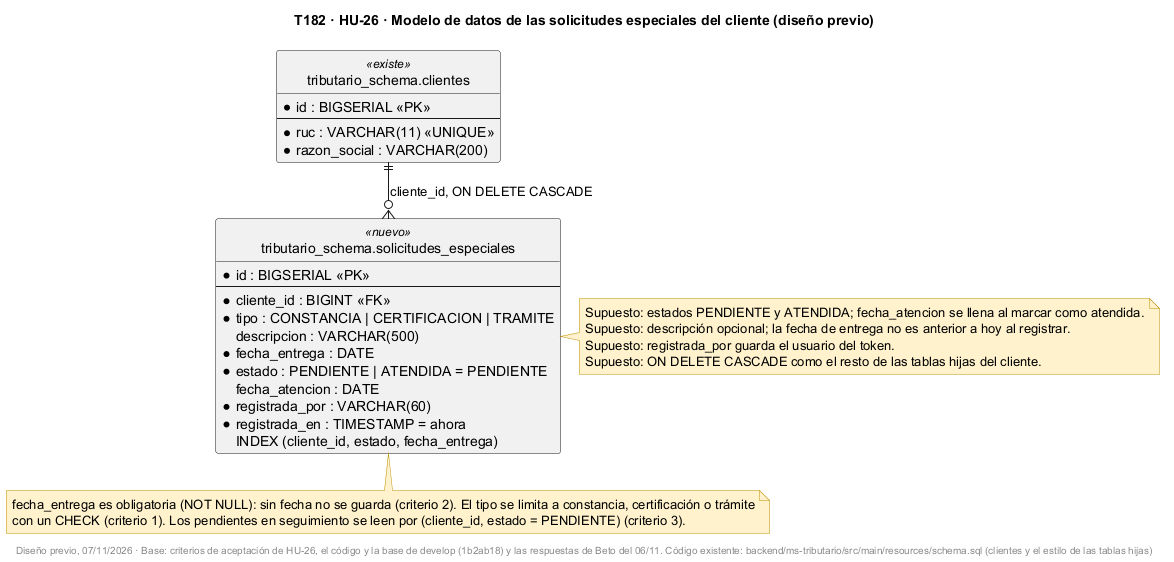
Above: docs/uml/img/T182-HU26-er-solicitudes-especiales.png in fabianrodriguez33/plus-contable (PlantUML), before the change. Its diagram source:
```plantuml
@startuml
!pragma layout smetana
title T182 · HU-26 · Modelo de datos de las solicitudes especiales del cliente (diseño previo)
skinparam shadowing false
skinparam noteBackgroundColor #FFF2CC
skinparam noteBorderColor #BF9000
hide circle

entity "tributario_schema.clientes" as clientes <<existe>> {
  * id : BIGSERIAL <<PK>>
  --
  * ruc : VARCHAR(11) <<UNIQUE>>
  * razon_social : VARCHAR(200)
}
entity "tributario_schema.solicitudes_especiales" as sol <<nuevo>> {
  * id : BIGSERIAL <<PK>>
  --
  * cliente_id : BIGINT <<FK>>
  * tipo : CONSTANCIA | CERTIFICACION | TRAMITE
    descripcion : VARCHAR(500)
  * fecha_entrega : DATE
  * estado : PENDIENTE | ATENDIDA = PENDIENTE
    fecha_atencion : DATE
  * registrada_por : VARCHAR(60)
  * registrada_en : TIMESTAMP = ahora
  INDEX (cliente_id, estado, fecha_entrega)
}

clientes ||--o{ sol : cliente_id, ON DELETE CASCADE

note bottom of sol
  fecha_entrega es obligatoria (NOT NULL): sin fecha no se guarda (criterio 2). El tipo se limita a constancia, certificación o trámite
  con un CHECK (criterio 1). Los pendientes en seguimiento se leen por (cliente_id, estado = PENDIENTE) (criterio 3).
end note
note right of sol
  Supuesto: estados PENDIENTE y ATENDIDA; fecha_atencion se llena al marcar como atendida.
  Supuesto: descripción opcional; la fecha de entrega no es anterior a hoy al registrar.
  Supuesto: registrada_por guarda el usuario del token.
  Supuesto: ON DELETE CASCADE como el resto de las tablas hijas del cliente.
end note
footer Diseño previo, 07/11/2026 · Base: criterios de aceptación de HU-26, el código y la base de develop (1b2ab18) y las respuestas de Beto del 06/11. Código existente: backend/ms-tributario/src/main/resources/schema.sql (clientes y el estilo de las tablas hijas)
@enduml
```
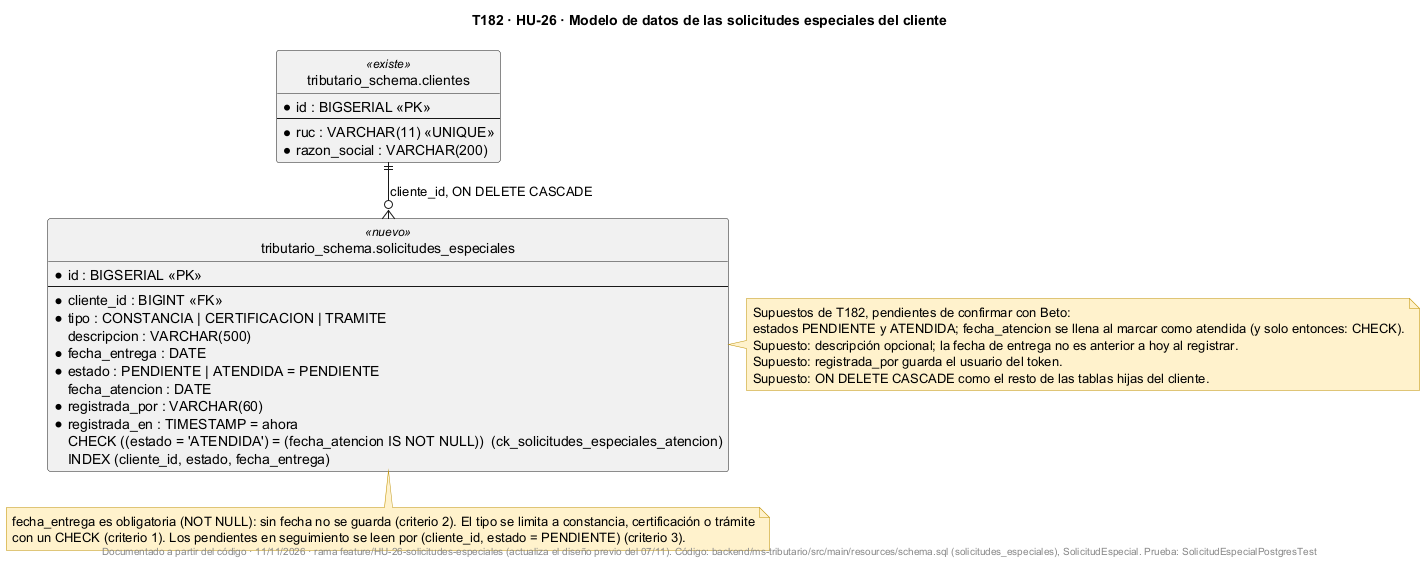
Later version of the same file.

Change to the diagram source:
```diff
@@ -1,6 +1,6 @@
 @startuml
 !pragma layout smetana
-title T182 · HU-26 · Modelo de datos de las solicitudes especiales del cliente (diseño previo)
+title T182 · HU-26 · Modelo de datos de las solicitudes especiales del cliente
 skinparam shadowing false
 skinparam noteBackgroundColor #FFF2CC
 skinparam noteBorderColor #BF9000
@@ -23,6 +23,7 @@
     fecha_atencion : DATE
   * registrada_por : VARCHAR(60)
   * registrada_en : TIMESTAMP = ahora
+  CHECK ((estado = 'ATENDIDA') = (fecha_atencion IS NOT NULL))  (ck_solicitudes_especiales_atencion)
   INDEX (cliente_id, estado, fecha_entrega)
 }
 
@@ -33,10 +34,11 @@
   con un CHECK (criterio 1). Los pendientes en seguimiento se leen por (cliente_id, estado = PENDIENTE) (criterio 3).
 end note
 note right of sol
-  Supuesto: estados PENDIENTE y ATENDIDA; fecha_atencion se llena al marcar como atendida.
+  Supuestos de T182, pendientes de confirmar con Beto:
+  estados PENDIENTE y ATENDIDA; fecha_atencion se llena al marcar como atendida (y solo entonces: CHECK).
   Supuesto: descripción opcional; la fecha de entrega no es anterior a hoy al registrar.
   Supuesto: registrada_por guarda el usuario del token.
   Supuesto: ON DELETE CASCADE como el resto de las tablas hijas del cliente.
 end note
-footer Diseño previo, 07/11/2026 · Base: criterios de aceptación de HU-26, el código y la base de develop (1b2ab18) y las respuestas de Beto del 06/11. Código existente: backend/ms-tributario/src/main/resources/schema.sql (clientes y el estilo de las tablas hijas)
+footer Documentado a partir del código · 11/11/2026 · rama feature/HU-26-solicitudes-especiales (actualiza el diseño previo del 07/11). Código: backend/ms-tributario/src/main/resources/schema.sql (solicitudes_especiales), SolicitudEspecial. Prueba: SolicitudEspecialPostgresTest
 @enduml
```
